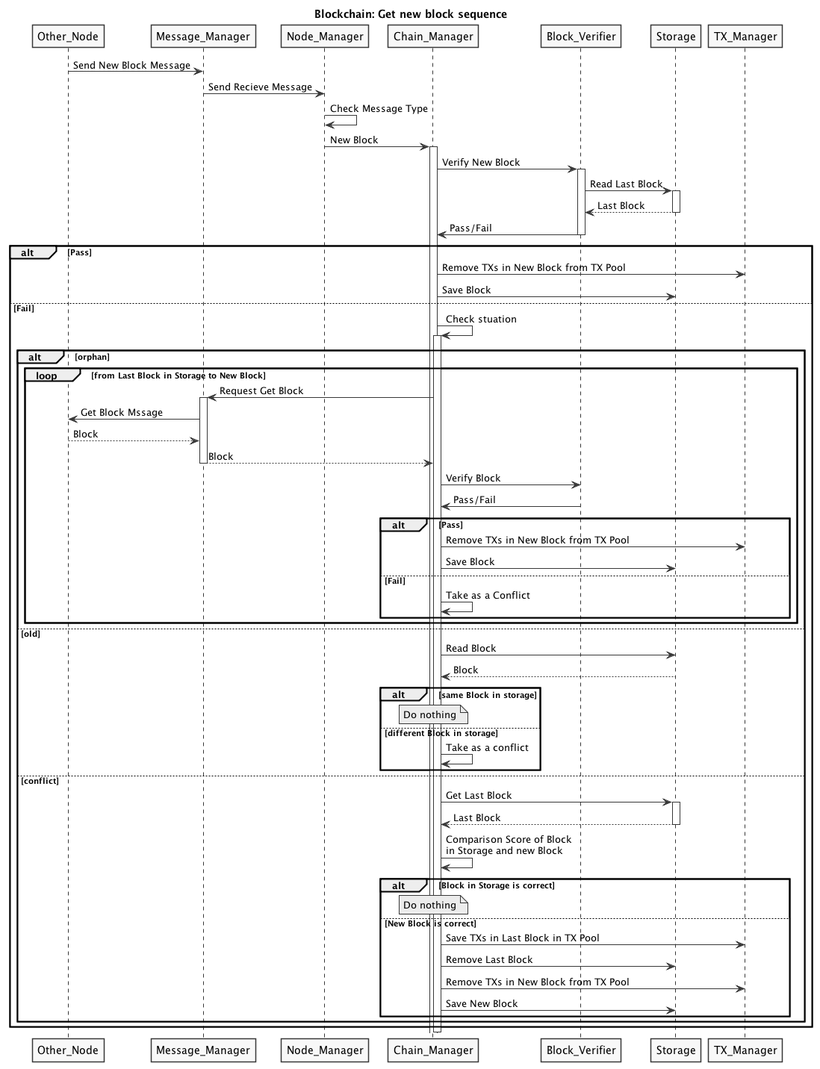
This is uml/seq_get_block.png from chike0905/blockchain, a PlantUML export, as it was before one commit.
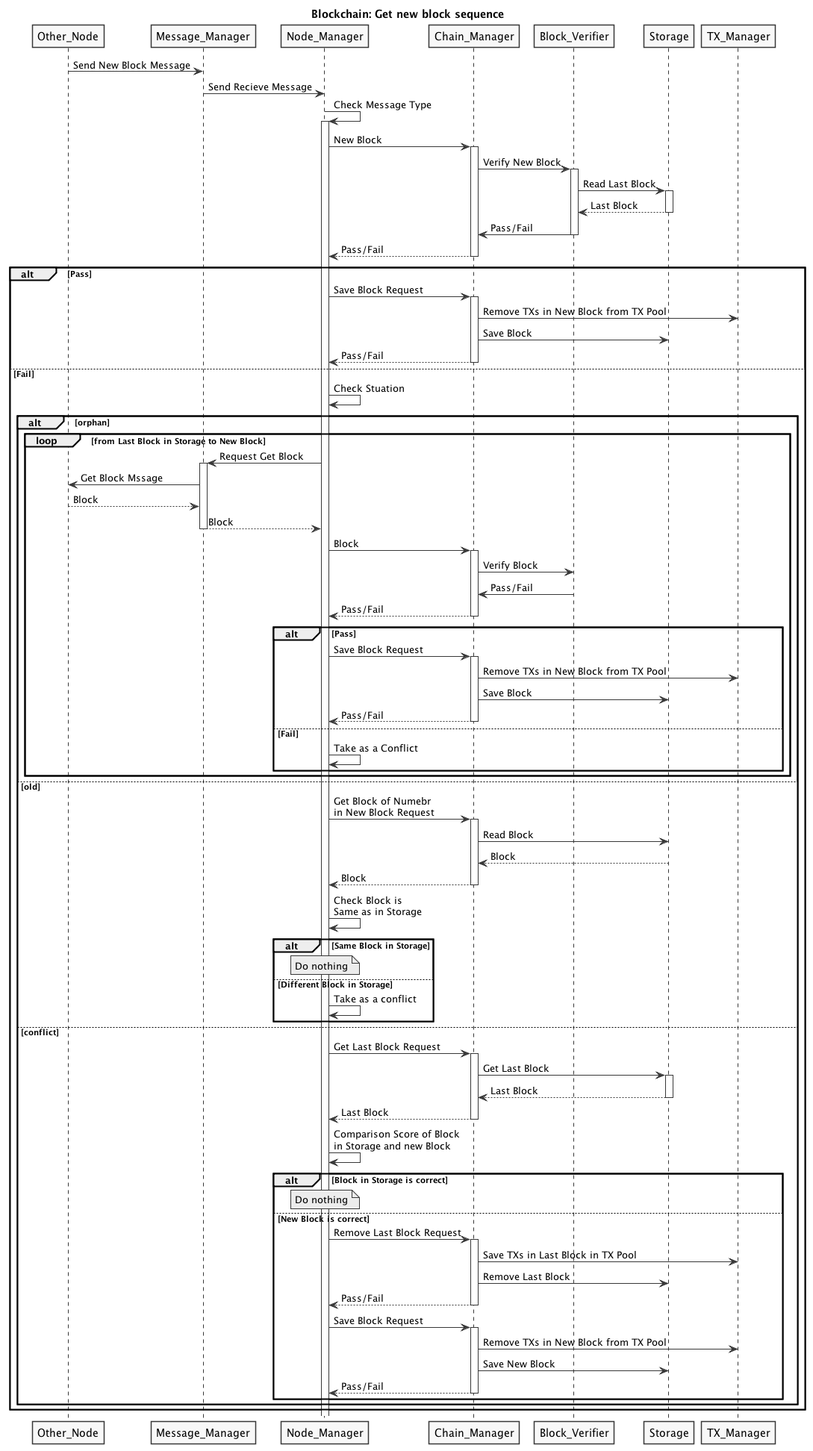
After the commit.

Commit message:
separate chain management and resolv management from Chain Manager

Change to the diagram source:
```diff
@@ -6,6 +6,7 @@
 Other_Node -> Message_Manager: Send New Block Message
 Message_Manager -> Node_Manager: Send Recieve Message
 Node_Manager -> Node_Manager: Check Message Type
+activate Node_Manager
 Node_Manager -> Chain_Manager: New Block
 activate Chain_Manager
 Chain_Manager -> Block_Verifier: Verify New Block
@@ -16,52 +17,81 @@
 deactivate Storage
 Block_Verifier -> Chain_Manager: Pass/Fail
 deactivate Block_Verifier
+Chain_Manager --> Node_Manager: Pass/Fail
+deactivate Chain_Manager
 alt Pass
+  Node_Manager -> Chain_Manager: Save Block Request
+  activate Chain_Manager
   Chain_Manager -> TX_Manager: Remove TXs in New Block from TX Pool
   Chain_Manager -> Storage: Save Block
+  Chain_Manager --> Node_Manager: Pass/Fail
+  deactivate Chain_Manager
 else Fail
-  Chain_Manager -> Chain_Manager: Check stuation
-  activate Chain_Manager
+  Node_Manager -> Node_Manager: Check Stuation
   alt orphan
     loop from Last Block in Storage to New Block
-      Chain_Manager -> Message_Manager: Request Get Block
+      Node_Manager -> Message_Manager: Request Get Block
       activate Message_Manager
       Message_Manager -> Other_Node: Get Block Mssage
       Other_Node --> Message_Manager: Block
-      Message_Manager  --> Chain_Manager: Block
+      Message_Manager  --> Node_Manager: Block
       deactivate Message_Manager
+      Node_Manager -> Chain_Manager: Block
+      activate Chain_Manager
       Chain_Manager -> Block_Verifier: Verify Block
       Block_Verifier -> Chain_Manager: Pass/Fail
+      Chain_Manager --> Node_Manager: Pass/Fail
+      deactivate Chain_Manager
       alt Pass
+        Node_Manager -> Chain_Manager: Save Block Request
+        activate Chain_Manager
         Chain_Manager -> TX_Manager: Remove TXs in New Block from TX Pool
         Chain_Manager -> Storage: Save Block
+        Chain_Manager --> Node_Manager: Pass/Fail
+        deactivate Chain_Manager
       else Fail
-        Chain_Manager -> Chain_Manager: Take as a Conflict
+        Node_Manager -> Node_Manager: Take as a Conflict
       end
     end
   else old
+    Node_Manager -> Chain_Manager: Get Block of Numebr\nin New Block Request
+    activate Chain_Manager
     Chain_Manager -> Storage: Read Block
     Storage --> Chain_Manager: Block
-    alt same Block in storage
-      note over Chain_Manager:Do nothing
-    else different Block in storage
-      Chain_Manager -> Chain_Manager: Take as a conflict
+    Chain_Manager --> Node_Manager: Block
+    deactivate Chain_Manager
+    Node_Manager -> Node_Manager: Check Block is\nSame as in Storage
+    alt Same Block in Storage
+      note over Node_Manager:Do nothing
+    else Different Block in Storage
+      Node_Manager -> Node_Manager: Take as a conflict
     end
   else conflict
+    Node_Manager -> Chain_Manager: Get Last Block Request
+    activate Chain_Manager
     Chain_Manager -> Storage: Get Last Block
     activate Storage
     Storage --> Chain_Manager :Last Block
     deactivate Storage
-    Chain_Manager -> Chain_Manager: Comparison Score of Block\nin Storage and new Block
+    Chain_Manager --> Node_Manager: Last Block
+    deactivate Chain_Manager
+    Node_Manager -> Node_Manager: Comparison Score of Block\nin Storage and new Block
     alt Block in Storage is correct
-      note over Chain_Manager:Do nothing
+      note over Node_Manager:Do nothing
     else New Block is correct
+      Node_Manager -> Chain_Manager: Remove Last Block Request
+      activate Chain_Manager
       Chain_Manager -> TX_Manager: Save TXs in Last Block in TX Pool
       Chain_Manager -> Storage: Remove Last Block
+      Chain_Manager --> Node_Manager: Pass/Fail
+      deactivate Chain_Manager
+      Node_Manager -> Chain_Manager: Save Block Request
+      activate Chain_Manager
       Chain_Manager -> TX_Manager: Remove TXs in New Block from TX Pool
       Chain_Manager -> Storage: Save New Block
+      Chain_Manager --> Node_Manager: Pass/Fail
+      deactivate Chain_Manager
     end
   end
 end
-deactivate Chain_Manager
 @enduml
```
